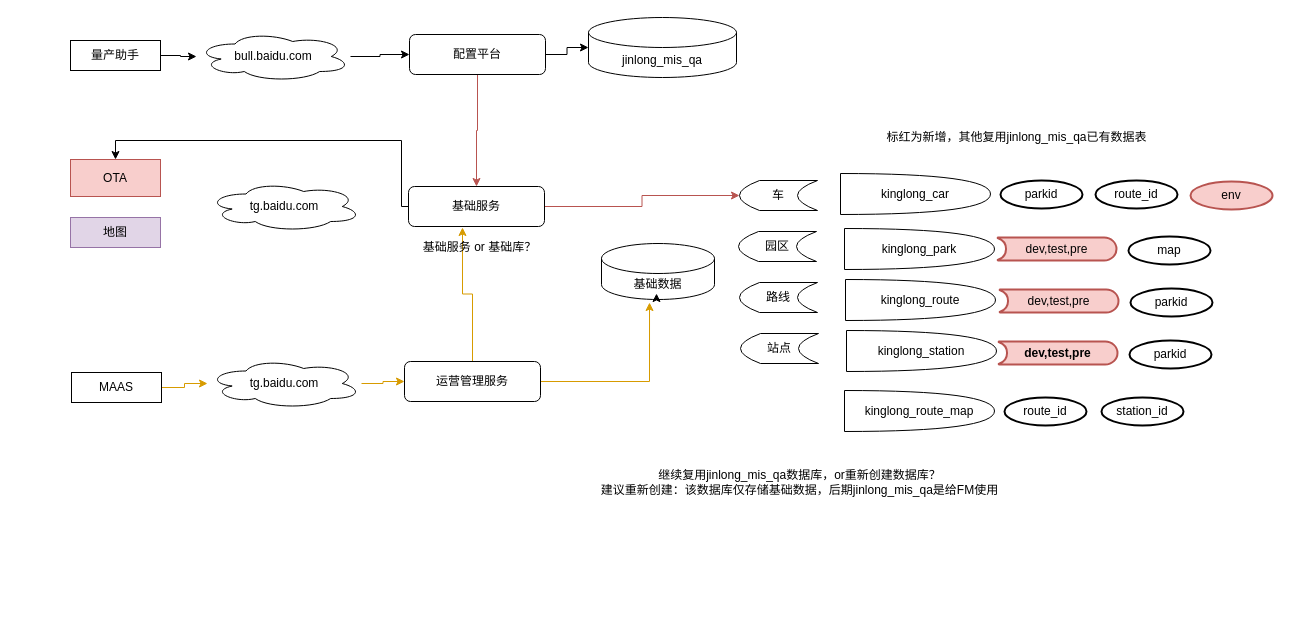
Earlier version of the draw.io diagram Untitled Diagram.drawio (ytuglt/app_diagrams_net). Source tidied: cells renumbered, new cells numbered last; positions are measured from the earlier drawing's top-left corner, leaving out a move shared by most shapes. Both pictures are drawn from the tidied source at 100%, with x=0, y=0 at pixel (70, 17).
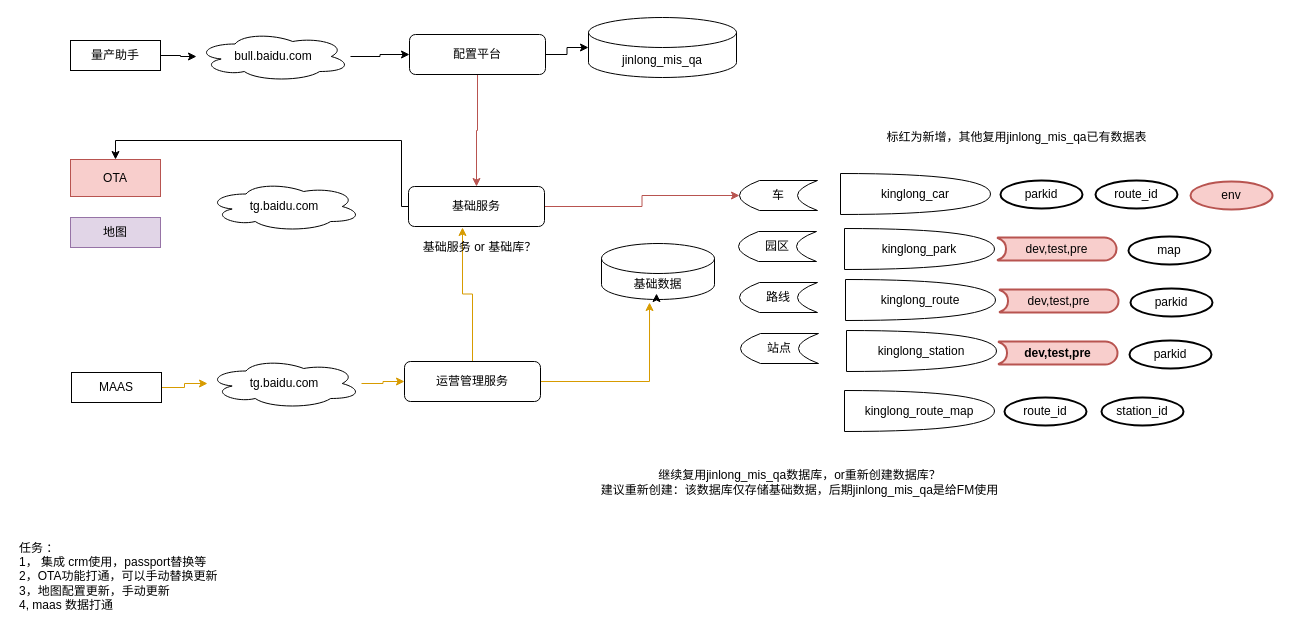
After the change.

What changed in the source:
```diff
@@
+    <mxCell id="48" value="任务 ： &lt;br&gt;1， 集成 crm使用，passport替换等&lt;br&gt;2，OTA功能打通，可以手动替换更新&lt;br&gt;3，地图配置更新，手动更新&lt;br&gt;4, maas 数据打通" style="text;html=1;align=left;verticalAlign=middle;strokeColor=none;fillColor=none;" parent="1" vertex="1">
+      <mxGeometry x="-53" y="521" width="209" height="75" as="geometry" />
+    </mxCell>
```
